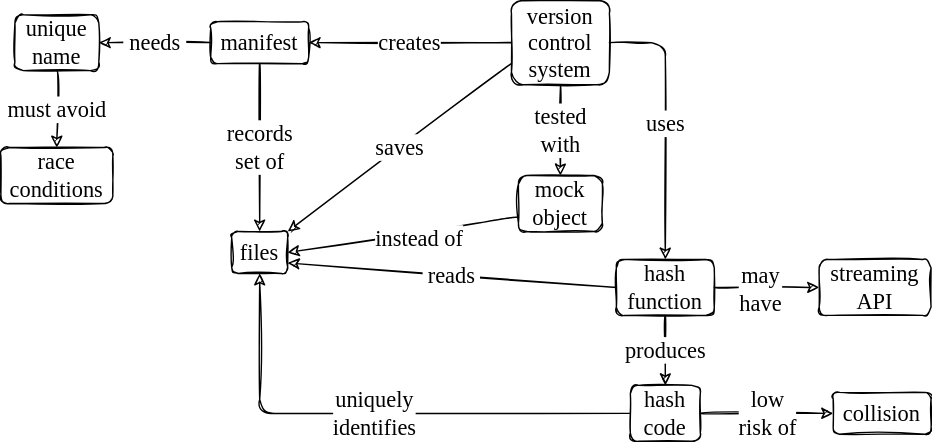
This is sdxpy/backup/backup_concept_map.svg from gvwilson/thirdbit, a draw.io export, as it was before one commit. Source tidied: cells renumbered, new cells last; positions are measured from the earlier drawing's top-left corner, leaving out a move shared by most shapes.
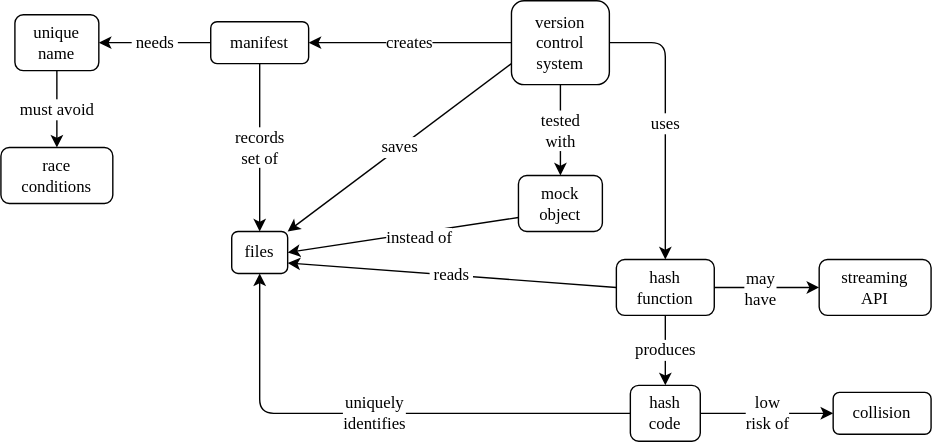
Later version of the same file.

What changed in the source:
```diff
@@ -2,89 +2,89 @@
   <root>
     <mxCell id="0" />
     <mxCell id="1" parent="0" />
-    <mxCell id="2" value="version&lt;br style=&quot;font-size: 16px;&quot;&gt;control&lt;br style=&quot;font-size: 16px;&quot;&gt;system" style="text;html=1;strokeColor=default;fillColor=none;align=center;verticalAlign=middle;whiteSpace=wrap;rounded=1;sketch=1;hachureGap=4;fontFamily=Comic Sans MS;fontSize=16;" parent="1" vertex="1">
+    <mxCell id="2" value="version&lt;br style=&quot;font-size: 12px;&quot;&gt;control&lt;br style=&quot;font-size: 12px;&quot;&gt;system" style="text;html=1;strokeColor=default;fillColor=none;align=center;verticalAlign=middle;whiteSpace=wrap;rounded=1;hachureGap=4;fontFamily=Verdana;fontSize=12;" parent="1" vertex="1">
       <mxGeometry x="365" width="70" height="60" as="geometry" />
     </mxCell>
-    <mxCell id="3" value="hash&lt;br style=&quot;font-size: 16px;&quot;&gt;function" style="text;html=1;strokeColor=default;fillColor=none;align=center;verticalAlign=middle;whiteSpace=wrap;rounded=1;sketch=1;hachureGap=4;fontFamily=Comic Sans MS;fontSize=16;" parent="1" vertex="1">
+    <mxCell id="3" value="hash&lt;br style=&quot;font-size: 12px;&quot;&gt;function" style="text;html=1;strokeColor=default;fillColor=none;align=center;verticalAlign=middle;whiteSpace=wrap;rounded=1;hachureGap=4;fontFamily=Verdana;fontSize=12;" parent="1" vertex="1">
       <mxGeometry x="440" y="185" width="70" height="40" as="geometry" />
     </mxCell>
-    <mxCell id="4" value="files" style="text;html=1;strokeColor=default;fillColor=none;align=center;verticalAlign=middle;whiteSpace=wrap;rounded=1;sketch=1;hachureGap=4;fontFamily=Comic Sans MS;fontSize=16;" parent="1" vertex="1">
+    <mxCell id="4" value="files" style="text;html=1;strokeColor=default;fillColor=none;align=center;verticalAlign=middle;whiteSpace=wrap;rounded=1;hachureGap=4;fontFamily=Verdana;fontSize=12;" parent="1" vertex="1">
       <mxGeometry x="165" y="165" width="40" height="30" as="geometry" />
     </mxCell>
-    <mxCell id="5" value="hash&lt;br style=&quot;font-size: 16px;&quot;&gt;code" style="text;html=1;strokeColor=default;fillColor=none;align=center;verticalAlign=middle;whiteSpace=wrap;rounded=1;sketch=1;hachureGap=4;fontFamily=Comic Sans MS;fontSize=16;" parent="1" vertex="1">
+    <mxCell id="5" value="hash&lt;br style=&quot;font-size: 12px;&quot;&gt;code" style="text;html=1;strokeColor=default;fillColor=none;align=center;verticalAlign=middle;whiteSpace=wrap;rounded=1;hachureGap=4;fontFamily=Verdana;fontSize=12;" parent="1" vertex="1">
       <mxGeometry x="450" y="275" width="50" height="40" as="geometry" />
     </mxCell>
-    <mxCell id="6" value="collision" style="text;html=1;strokeColor=default;fillColor=none;align=center;verticalAlign=middle;whiteSpace=wrap;rounded=1;sketch=1;hachureGap=4;fontFamily=Comic Sans MS;fontSize=16;" parent="1" vertex="1">
+    <mxCell id="6" value="collision" style="text;html=1;strokeColor=default;fillColor=none;align=center;verticalAlign=middle;whiteSpace=wrap;rounded=1;hachureGap=4;fontFamily=Verdana;fontSize=12;" parent="1" vertex="1">
       <mxGeometry x="595" y="280" width="70" height="30" as="geometry" />
     </mxCell>
-    <mxCell id="7" value="streaming&lt;br style=&quot;font-size: 16px;&quot;&gt;API" style="text;html=1;strokeColor=default;fillColor=none;align=center;verticalAlign=middle;whiteSpace=wrap;rounded=1;sketch=1;hachureGap=4;fontFamily=Comic Sans MS;fontSize=16;" parent="1" vertex="1">
+    <mxCell id="7" value="streaming&lt;br style=&quot;font-size: 12px;&quot;&gt;API" style="text;html=1;strokeColor=default;fillColor=none;align=center;verticalAlign=middle;whiteSpace=wrap;rounded=1;hachureGap=4;fontFamily=Verdana;fontSize=12;" parent="1" vertex="1">
       <mxGeometry x="585" y="185" width="80" height="40" as="geometry" />
     </mxCell>
-    <mxCell id="8" value="mock&lt;br style=&quot;font-size: 16px;&quot;&gt;object" style="text;html=1;strokeColor=default;fillColor=none;align=center;verticalAlign=middle;whiteSpace=wrap;rounded=1;sketch=1;hachureGap=4;fontFamily=Comic Sans MS;fontSize=16;" parent="1" vertex="1">
+    <mxCell id="8" value="mock&lt;br style=&quot;font-size: 12px;&quot;&gt;object" style="text;html=1;strokeColor=default;fillColor=none;align=center;verticalAlign=middle;whiteSpace=wrap;rounded=1;hachureGap=4;fontFamily=Verdana;fontSize=12;" parent="1" vertex="1">
       <mxGeometry x="370" y="125" width="60" height="40" as="geometry" />
     </mxCell>
-    <mxCell id="9" value="manifest" style="text;html=1;strokeColor=default;fillColor=none;align=center;verticalAlign=middle;whiteSpace=wrap;rounded=1;sketch=1;hachureGap=4;fontFamily=Comic Sans MS;fontSize=16;" parent="1" vertex="1">
+    <mxCell id="9" value="manifest" style="text;html=1;strokeColor=default;fillColor=none;align=center;verticalAlign=middle;whiteSpace=wrap;rounded=1;hachureGap=4;fontFamily=Verdana;fontSize=12;" parent="1" vertex="1">
       <mxGeometry x="150" y="15" width="70" height="30" as="geometry" />
     </mxCell>
-    <mxCell id="10" value="unique&lt;br style=&quot;font-size: 16px;&quot;&gt;name" style="text;html=1;strokeColor=default;fillColor=none;align=center;verticalAlign=middle;whiteSpace=wrap;rounded=1;sketch=1;hachureGap=4;fontFamily=Comic Sans MS;fontSize=16;" parent="1" vertex="1">
+    <mxCell id="10" value="unique&lt;br style=&quot;font-size: 12px;&quot;&gt;name" style="text;html=1;strokeColor=default;fillColor=none;align=center;verticalAlign=middle;whiteSpace=wrap;rounded=1;hachureGap=4;fontFamily=Verdana;fontSize=12;" parent="1" vertex="1">
       <mxGeometry x="10" y="10" width="60" height="40" as="geometry" />
     </mxCell>
-    <mxCell id="11" value="race&lt;br style=&quot;font-size: 16px;&quot;&gt;conditions" style="text;html=1;strokeColor=default;fillColor=none;align=center;verticalAlign=middle;whiteSpace=wrap;rounded=1;sketch=1;hachureGap=4;fontFamily=Comic Sans MS;fontSize=16;" parent="1" vertex="1">
+    <mxCell id="11" value="race&lt;br style=&quot;font-size: 12px;&quot;&gt;conditions" style="text;html=1;strokeColor=default;fillColor=none;align=center;verticalAlign=middle;whiteSpace=wrap;rounded=1;hachureGap=4;fontFamily=Verdana;fontSize=12;" parent="1" vertex="1">
       <mxGeometry y="105" width="80" height="40" as="geometry" />
     </mxCell>
-    <mxCell id="12" value="uses" style="endArrow=classic;html=1;rounded=1;sketch=1;hachureGap=4;fontFamily=Comic Sans MS;fontSize=16;sourcePerimeterSpacing=8;targetPerimeterSpacing=8;entryX=0.5;entryY=0;entryDx=0;entryDy=0;exitX=1;exitY=0.5;exitDx=0;exitDy=0;" parent="1" edge="1" source="2" target="3">
+    <mxCell id="12" value="uses" style="endArrow=classic;html=1;rounded=1;hachureGap=4;fontFamily=Verdana;fontSize=12;sourcePerimeterSpacing=8;targetPerimeterSpacing=8;entryX=0.5;entryY=0;entryDx=0;entryDy=0;exitX=1;exitY=0.5;exitDx=0;exitDy=0;" parent="1" edge="1" source="2" target="3">
       <mxGeometry relative="1" as="geometry">
         <Array as="points">
           <mxPoint x="475" y="30" />
         </Array>
       </mxGeometry>
     </mxCell>
-    <mxCell id="13" value="saves" style="endArrow=classic;html=1;rounded=0;sketch=1;hachureGap=4;fontFamily=Comic Sans MS;fontSize=16;sourcePerimeterSpacing=8;targetPerimeterSpacing=8;curved=1;entryX=1;entryY=0;entryDx=0;entryDy=0;exitX=0;exitY=0.75;exitDx=0;exitDy=0;" parent="1" edge="1" source="2" target="4">
+    <mxCell id="13" value="saves" style="endArrow=classic;html=1;rounded=0;hachureGap=4;fontFamily=Verdana;fontSize=12;sourcePerimeterSpacing=8;targetPerimeterSpacing=8;curved=1;entryX=1;entryY=0;entryDx=0;entryDy=0;exitX=0;exitY=0.75;exitDx=0;exitDy=0;" parent="1" edge="1" source="2" target="4">
       <mxGeometry relative="1" as="geometry" />
     </mxCell>
-    <mxCell id="14" value="creates" style="endArrow=classic;html=1;rounded=0;sketch=1;hachureGap=4;fontFamily=Comic Sans MS;fontSize=16;sourcePerimeterSpacing=8;targetPerimeterSpacing=8;curved=1;entryX=1;entryY=0.5;entryDx=0;entryDy=0;exitX=0;exitY=0.5;exitDx=0;exitDy=0;" parent="1" edge="1" source="2" target="9">
+    <mxCell id="14" value="creates" style="endArrow=classic;html=1;rounded=0;hachureGap=4;fontFamily=Verdana;fontSize=12;sourcePerimeterSpacing=8;targetPerimeterSpacing=8;curved=1;entryX=1;entryY=0.5;entryDx=0;entryDy=0;exitX=0;exitY=0.5;exitDx=0;exitDy=0;" parent="1" edge="1" source="2" target="9">
       <mxGeometry relative="1" as="geometry" />
     </mxCell>
-    <mxCell id="15" value="records&lt;br style=&quot;font-size: 16px;&quot;&gt;set of" style="endArrow=classic;html=1;rounded=0;sketch=1;hachureGap=4;fontFamily=Comic Sans MS;fontSize=16;sourcePerimeterSpacing=8;targetPerimeterSpacing=8;curved=1;exitX=0.5;exitY=1;exitDx=0;exitDy=0;entryX=0.5;entryY=0;entryDx=0;entryDy=0;" parent="1" edge="1" source="9" target="4">
+    <mxCell id="15" value="records&lt;br style=&quot;font-size: 12px;&quot;&gt;set of" style="endArrow=classic;html=1;rounded=0;hachureGap=4;fontFamily=Verdana;fontSize=12;sourcePerimeterSpacing=8;targetPerimeterSpacing=8;curved=1;exitX=0.5;exitY=1;exitDx=0;exitDy=0;entryX=0.5;entryY=0;entryDx=0;entryDy=0;" parent="1" edge="1" source="9" target="4">
       <mxGeometry relative="1" as="geometry" />
     </mxCell>
-    <mxCell id="16" value="&amp;nbsp;needs&amp;nbsp;" style="endArrow=classic;html=1;rounded=0;sketch=1;hachureGap=4;fontFamily=Comic Sans MS;fontSize=16;sourcePerimeterSpacing=8;targetPerimeterSpacing=8;curved=1;entryX=1;entryY=0.5;entryDx=0;entryDy=0;exitX=0;exitY=0.5;exitDx=0;exitDy=0;" parent="1" edge="1" source="9" target="10">
+    <mxCell id="16" value="&amp;nbsp;needs&amp;nbsp;" style="endArrow=classic;html=1;rounded=0;hachureGap=4;fontFamily=Verdana;fontSize=12;sourcePerimeterSpacing=8;targetPerimeterSpacing=8;curved=1;entryX=1;entryY=0.5;entryDx=0;entryDy=0;exitX=0;exitY=0.5;exitDx=0;exitDy=0;" parent="1" edge="1" source="9" target="10">
       <mxGeometry relative="1" as="geometry" />
     </mxCell>
-    <mxCell id="17" value="must avoid" style="endArrow=classic;html=1;rounded=0;sketch=1;hachureGap=4;fontFamily=Comic Sans MS;fontSize=16;sourcePerimeterSpacing=8;targetPerimeterSpacing=8;curved=1;entryX=0.5;entryY=0;entryDx=0;entryDy=0;exitX=0.5;exitY=1;exitDx=0;exitDy=0;" parent="1" edge="1" source="10" target="11">
+    <mxCell id="17" value="must avoid" style="endArrow=classic;html=1;rounded=0;hachureGap=4;fontFamily=Verdana;fontSize=12;sourcePerimeterSpacing=8;targetPerimeterSpacing=8;curved=1;entryX=0.5;entryY=0;entryDx=0;entryDy=0;exitX=0.5;exitY=1;exitDx=0;exitDy=0;" parent="1" edge="1" source="10" target="11">
       <mxGeometry relative="1" as="geometry" />
     </mxCell>
-    <mxCell id="18" value="uniquely&lt;br style=&quot;font-size: 16px;&quot;&gt;identifies" style="endArrow=classic;html=1;rounded=1;sketch=1;hachureGap=4;fontFamily=Comic Sans MS;fontSize=16;sourcePerimeterSpacing=8;targetPerimeterSpacing=8;entryX=0.5;entryY=1;entryDx=0;entryDy=0;exitX=0;exitY=0.5;exitDx=0;exitDy=0;" parent="1" edge="1" source="5" target="4">
+    <mxCell id="18" value="uniquely&lt;br style=&quot;font-size: 12px;&quot;&gt;identifies" style="endArrow=classic;html=1;rounded=1;hachureGap=4;fontFamily=Verdana;fontSize=12;sourcePerimeterSpacing=8;targetPerimeterSpacing=8;entryX=0.5;entryY=1;entryDx=0;entryDy=0;exitX=0;exitY=0.5;exitDx=0;exitDy=0;" parent="1" edge="1" source="5" target="4">
       <mxGeometry relative="1" as="geometry">
         <Array as="points">
           <mxPoint x="185" y="295" />
         </Array>
       </mxGeometry>
     </mxCell>
-    <mxCell id="19" value="&amp;nbsp;reads&amp;nbsp;" style="endArrow=classic;html=1;rounded=0;sketch=1;hachureGap=4;fontFamily=Comic Sans MS;fontSize=16;sourcePerimeterSpacing=8;targetPerimeterSpacing=8;curved=1;exitX=0;exitY=0.5;exitDx=0;exitDy=0;entryX=1;entryY=0.75;entryDx=0;entryDy=0;" parent="1" edge="1" source="3" target="4">
+    <mxCell id="19" value="&amp;nbsp;reads&amp;nbsp;" style="endArrow=classic;html=1;rounded=0;hachureGap=4;fontFamily=Verdana;fontSize=12;sourcePerimeterSpacing=8;targetPerimeterSpacing=8;curved=1;exitX=0;exitY=0.5;exitDx=0;exitDy=0;entryX=1;entryY=0.75;entryDx=0;entryDy=0;" parent="1" edge="1" source="3" target="4">
       <mxGeometry relative="1" as="geometry" />
     </mxCell>
-    <mxCell id="20" style="endArrow=classic;html=1;rounded=0;sketch=1;hachureGap=4;fontFamily=Comic Sans MS;fontSize=16;sourcePerimeterSpacing=8;targetPerimeterSpacing=8;curved=1;entryX=0;entryY=0.5;entryDx=0;entryDy=0;exitX=1;exitY=0.5;exitDx=0;exitDy=0;" parent="1" edge="1" source="3" target="7">
+    <mxCell id="20" style="endArrow=classic;html=1;rounded=0;hachureGap=4;fontFamily=Verdana;fontSize=12;sourcePerimeterSpacing=8;targetPerimeterSpacing=8;curved=1;entryX=0;entryY=0.5;entryDx=0;entryDy=0;exitX=1;exitY=0.5;exitDx=0;exitDy=0;" parent="1" edge="1" source="3" target="7">
       <mxGeometry relative="1" as="geometry" />
     </mxCell>
-    <mxCell id="21" value="may&lt;br style=&quot;font-size: 16px;&quot;&gt;have" style="edgeLabel;html=1;align=center;verticalAlign=middle;fontSize=16;fontFamily=Comic Sans MS;" parent="20" vertex="1">
+    <mxCell id="21" value="may&lt;br style=&quot;font-size: 12px;&quot;&gt;have" style="edgeLabel;html=1;align=center;verticalAlign=middle;fontSize=12;fontFamily=Verdana;" parent="20" vertex="1">
       <mxGeometry x="-0.37" relative="1" as="geometry">
         <mxPoint x="8" as="offset" />
       </mxGeometry>
     </mxCell>
-    <mxCell id="22" value="produces" style="endArrow=classic;html=1;rounded=0;sketch=1;hachureGap=4;fontFamily=Comic Sans MS;fontSize=16;sourcePerimeterSpacing=8;targetPerimeterSpacing=8;curved=1;exitX=0.5;exitY=1;exitDx=0;exitDy=0;entryX=0.5;entryY=0;entryDx=0;entryDy=0;" parent="1" edge="1" source="3" target="5">
+    <mxCell id="22" value="produces" style="endArrow=classic;html=1;rounded=0;hachureGap=4;fontFamily=Verdana;fontSize=12;sourcePerimeterSpacing=8;targetPerimeterSpacing=8;curved=1;exitX=0.5;exitY=1;exitDx=0;exitDy=0;entryX=0.5;entryY=0;entryDx=0;entryDy=0;" parent="1" edge="1" source="3" target="5">
       <mxGeometry relative="1" as="geometry" />
     </mxCell>
-    <mxCell id="23" value="low&lt;br style=&quot;font-size: 16px;&quot;&gt;risk of" style="endArrow=classic;html=1;rounded=0;sketch=1;hachureGap=4;fontFamily=Comic Sans MS;fontSize=16;sourcePerimeterSpacing=8;targetPerimeterSpacing=8;curved=1;entryX=0;entryY=0.5;entryDx=0;entryDy=0;exitX=1;exitY=0.5;exitDx=0;exitDy=0;" parent="1" edge="1" source="5" target="6">
+    <mxCell id="23" value="low&lt;br style=&quot;font-size: 12px;&quot;&gt;risk of" style="endArrow=classic;html=1;rounded=0;hachureGap=4;fontFamily=Verdana;fontSize=12;sourcePerimeterSpacing=8;targetPerimeterSpacing=8;curved=1;entryX=0;entryY=0.5;entryDx=0;entryDy=0;exitX=1;exitY=0.5;exitDx=0;exitDy=0;" parent="1" edge="1" source="5" target="6">
       <mxGeometry relative="1" as="geometry" />
     </mxCell>
-    <mxCell id="24" value="tested&lt;br style=&quot;font-size: 16px;&quot;&gt;with" style="endArrow=classic;html=1;rounded=0;sketch=1;hachureGap=4;fontFamily=Comic Sans MS;fontSize=16;sourcePerimeterSpacing=8;targetPerimeterSpacing=8;curved=1;exitX=0.5;exitY=1;exitDx=0;exitDy=0;entryX=0.5;entryY=0;entryDx=0;entryDy=0;" parent="1" edge="1" source="2" target="8">
+    <mxCell id="24" value="tested&lt;br style=&quot;font-size: 12px;&quot;&gt;with" style="endArrow=classic;html=1;rounded=0;hachureGap=4;fontFamily=Verdana;fontSize=12;sourcePerimeterSpacing=8;targetPerimeterSpacing=8;curved=1;exitX=0.5;exitY=1;exitDx=0;exitDy=0;entryX=0.5;entryY=0;entryDx=0;entryDy=0;" parent="1" edge="1" source="2" target="8">
       <mxGeometry relative="1" as="geometry" />
     </mxCell>
-    <mxCell id="25" style="endArrow=classic;html=1;rounded=0;sketch=1;hachureGap=4;fontFamily=Comic Sans MS;fontSize=16;sourcePerimeterSpacing=8;targetPerimeterSpacing=8;curved=1;entryX=1;entryY=0.5;entryDx=0;entryDy=0;exitX=0;exitY=0.75;exitDx=0;exitDy=0;" parent="1" edge="1" source="8" target="4">
+    <mxCell id="25" style="endArrow=classic;html=1;rounded=0;hachureGap=4;fontFamily=Verdana;fontSize=12;sourcePerimeterSpacing=8;targetPerimeterSpacing=8;curved=1;entryX=1;entryY=0.5;entryDx=0;entryDy=0;exitX=0;exitY=0.75;exitDx=0;exitDy=0;" parent="1" edge="1" source="8" target="4">
       <mxGeometry relative="1" as="geometry" />
     </mxCell>
-    <mxCell id="26" value="instead of" style="edgeLabel;html=1;align=center;verticalAlign=middle;fontSize=16;fontFamily=Comic Sans MS;" parent="25" vertex="1">
+    <mxCell id="26" value="instead of" style="edgeLabel;html=1;align=center;verticalAlign=middle;fontSize=12;fontFamily=Verdana;" parent="25" vertex="1">
       <mxGeometry x="-0.13" y="4" relative="1" as="geometry" />
     </mxCell>
   </root>
```
